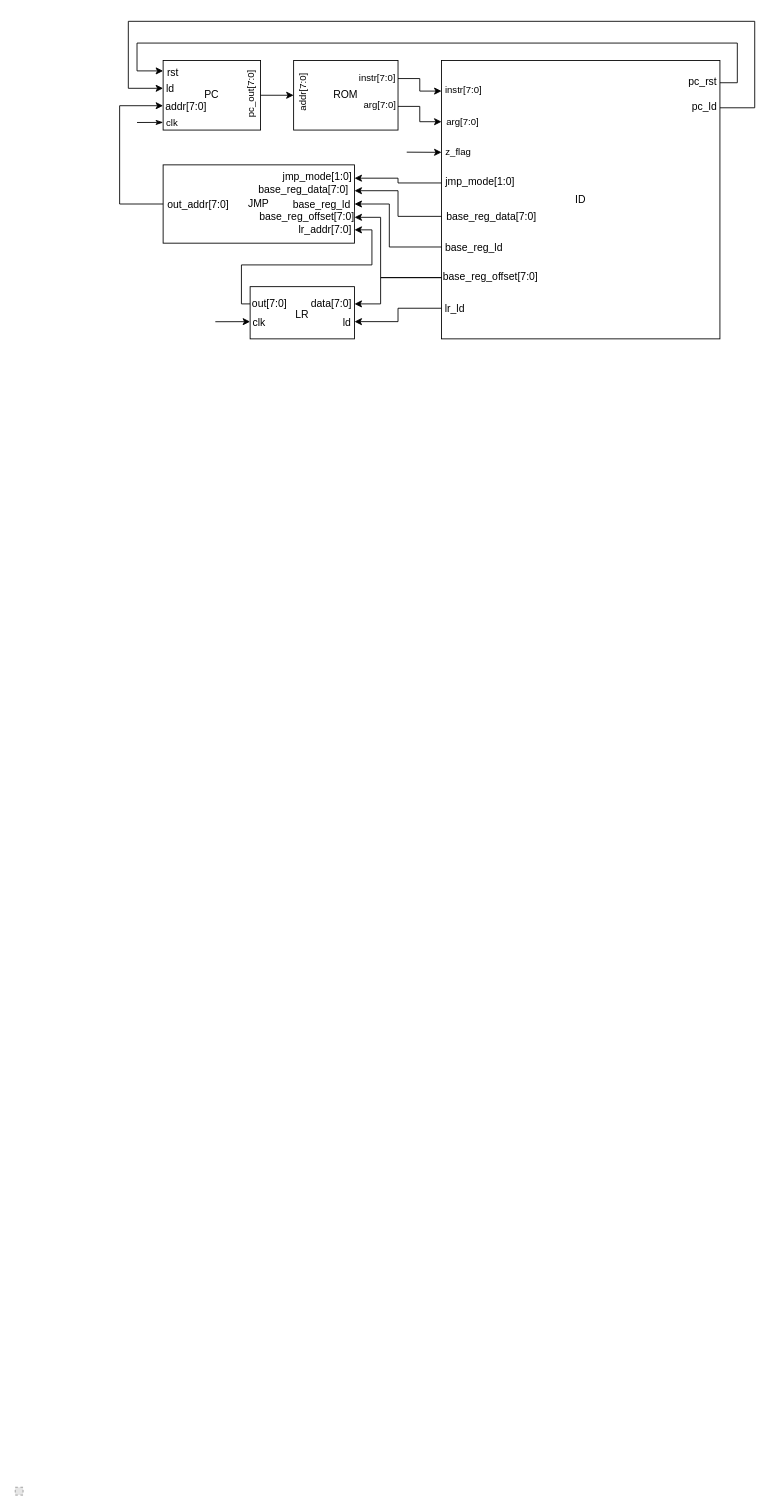
This is Docs/cpu.drawio from orszoooo/OneCycleCPU, a draw.io file, before an edit. Source tidied: cells renumbered, new cells numbered last; positions are measured from the earlier drawing's top-left corner, leaving out a move shared by most shapes. Both pictures are drawn from the tidied source at 87%, with x=0, y=0 at pixel (15, 21). Pictures stored in the file or linked from it are replaced by grey dashed boxes.
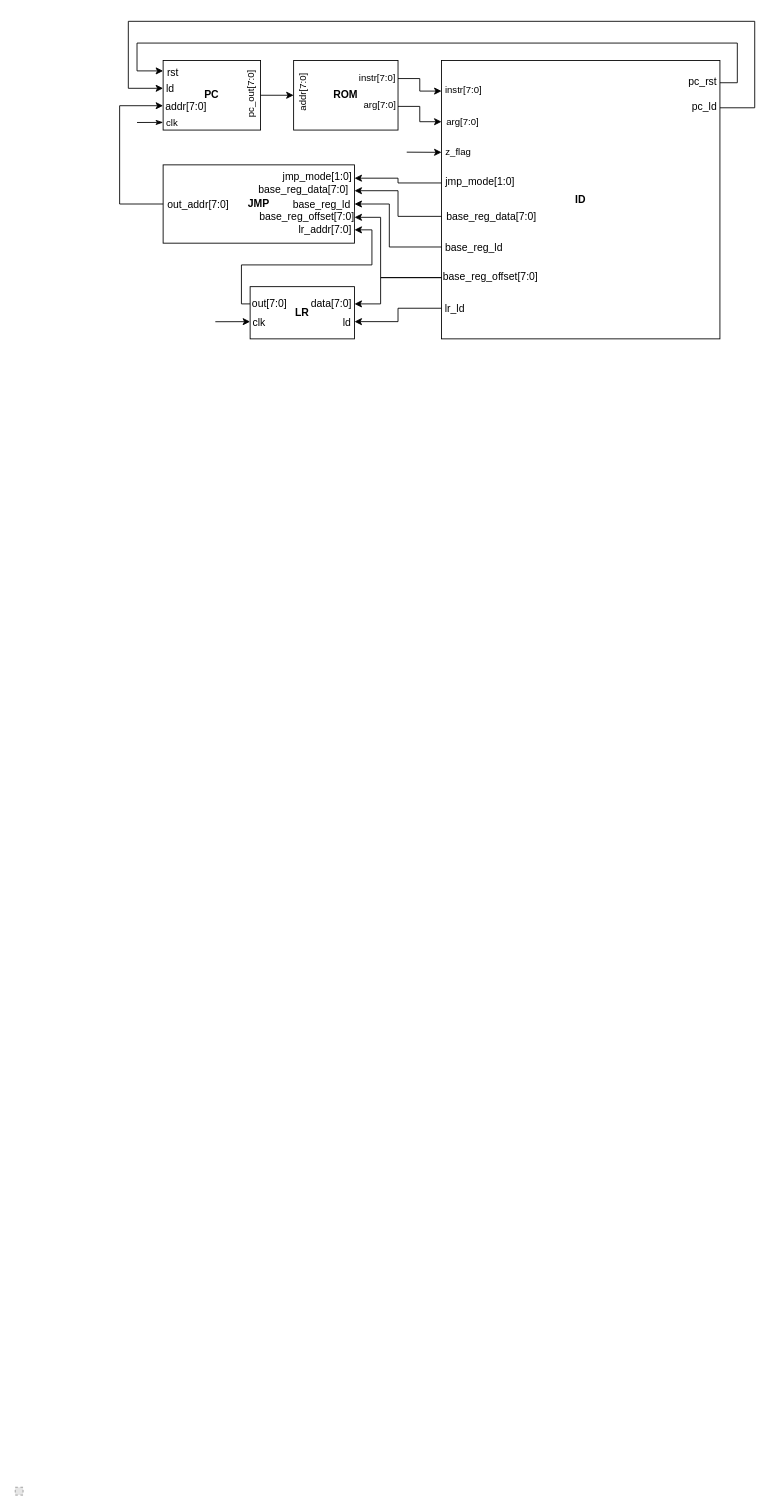
The same page after the edit.

The edit, as a diff of the source:
```diff
@@
-    <mxCell id="2" value="ID" style="rounded=0;whiteSpace=wrap;html=1;points=[[0,0.11,0,0,0],[0,0.22,0,0,0],[0,0.33,0,0,0],[0,0.44,0,0,0],[0,0.56,0,0,0],[0,0.67,0,0,0],[0,0.78,0,0,0],[0,0.89,0,0,0],[1,0.08,0,0,0],[1,0.17,0,0,0],[1,0.25,0,0,0],[1,0.33,0,0,0],[1,0.42,0,0,0],[1,0.5,0,0,0],[1,0.58,0,0,0],[1,0.67,0,0,0],[1,0.75,0,0,0],[1,0.83,0,0,0],[1,0.92,0,0,0]];" parent="1" vertex="1">
+    <mxCell id="2" value="&lt;p&gt;&lt;span&gt;ID&lt;/span&gt;&lt;/p&gt;" style="rounded=0;whiteSpace=wrap;html=1;points=[[0,0.11,0,0,0],[0,0.22,0,0,0],[0,0.33,0,0,0],[0,0.44,0,0,0],[0,0.56,0,0,0],[0,0.67,0,0,0],[0,0.78,0,0,0],[0,0.89,0,0,0],[1,0.08,0,0,0],[1,0.17,0,0,0],[1,0.25,0,0,0],[1,0.33,0,0,0],[1,0.42,0,0,0],[1,0.5,0,0,0],[1,0.58,0,0,0],[1,0.67,0,0,0],[1,0.75,0,0,0],[1,0.83,0,0,0],[1,0.92,0,0,0]];fontStyle=1;" parent="1" vertex="1">
       <mxGeometry x="490" y="45" width="320" height="320" as="geometry" />
     </mxCell>
-    <mxCell id="3" value="PC" style="rounded=0;whiteSpace=wrap;html=1;points=[[0,0.15,0,0,0],[0,0.4,0,0,0],[0,0.65,0,0,0],[0,0.89,0,0,0],[1,0.5,0,0,0]];" parent="1" vertex="1">
+    <mxCell id="3" value="&lt;span&gt;PC&lt;/span&gt;" style="rounded=0;whiteSpace=wrap;html=1;points=[[0,0.15,0,0,0],[0,0.4,0,0,0],[0,0.65,0,0,0],[0,0.89,0,0,0],[1,0.5,0,0,0]];fontStyle=1;" parent="1" vertex="1">
       <mxGeometry x="170" y="45" width="112" height="80" as="geometry" />
     </mxCell>
@@
-    <mxCell id="7" value="JMP" style="rounded=0;whiteSpace=wrap;html=1;strokeColor=default;fontFamily=Helvetica;fontSize=12;fontColor=default;fillColor=default;points=[[0,0.5,0,0,0],[1,0.17,0,0,0],[1,0.33,0,0,0],[1,0.5,0,0,0],[1,0.67,0,0,0],[1,0.83,0,0,0]];" parent="1" vertex="1">
+    <mxCell id="7" value="&lt;span&gt;JMP&lt;/span&gt;" style="rounded=0;whiteSpace=wrap;html=1;strokeColor=default;fontFamily=Helvetica;fontSize=12;fontColor=default;fillColor=default;points=[[0,0.5,0,0,0],[1,0.17,0,0,0],[1,0.33,0,0,0],[1,0.5,0,0,0],[1,0.67,0,0,0],[1,0.83,0,0,0]];fontStyle=1;" parent="1" vertex="1">
       <mxGeometry x="170" y="165" width="220" height="90" as="geometry" />
     </mxCell>
@@
-    <mxCell id="16" value="&lt;p&gt;&lt;font style=&quot;font-size: 12px;&quot; face=&quot;Helvetica&quot;&gt;LR&lt;/font&gt;&lt;/p&gt;" style="rounded=0;whiteSpace=wrap;html=1;hachureGap=4;fontFamily=Architects Daughter;fontSize=20;points=[[0,0.33,0,0,0],[0,0.67,0,0,0],[1,0.33,0,0,0],[1,0.67,0,0,0]];" parent="1" vertex="1">
+    <mxCell id="16" value="&lt;p style=&quot;font-size: 12px;&quot;&gt;&lt;font style=&quot;font-size: 12px;&quot;&gt;&lt;span style=&quot;font-size: 12px;&quot;&gt;LR&lt;/span&gt;&lt;/font&gt;&lt;/p&gt;" style="rounded=0;whiteSpace=wrap;html=1;hachureGap=4;fontFamily=Helvetica;fontSize=12;points=[[0,0.33,0,0,0],[0,0.67,0,0,0],[1,0.33,0,0,0],[1,0.67,0,0,0]];fontStyle=1;" parent="1" vertex="1">
       <mxGeometry x="270" y="305" width="120" height="60" as="geometry" />
     </mxCell>
-    <mxCell id="17" value="ROM" style="rounded=0;whiteSpace=wrap;html=1;points=[[0,0.5,0,0,0],[1,0.26,0,0,0],[1,0.66,0,0,0]];" parent="1" vertex="1">
+    <mxCell id="17" value="&lt;span&gt;ROM&lt;/span&gt;" style="rounded=0;whiteSpace=wrap;html=1;points=[[0,0.5,0,0,0],[1,0.26,0,0,0],[1,0.66,0,0,0]];fontStyle=1;" parent="1" vertex="1">
       <mxGeometry x="320" y="45" width="120" height="80" as="geometry" />
     </mxCell>
```
